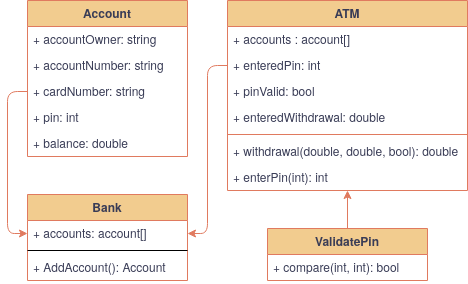
LinusTM/atm-unittesting keeps this draw.io diagram as assets/class-diagram.png. Above is the earlier version. Source tidied: cells renumbered, new cells last; positions are measured from the earlier drawing's top-left corner, leaving out a move shared by most shapes.
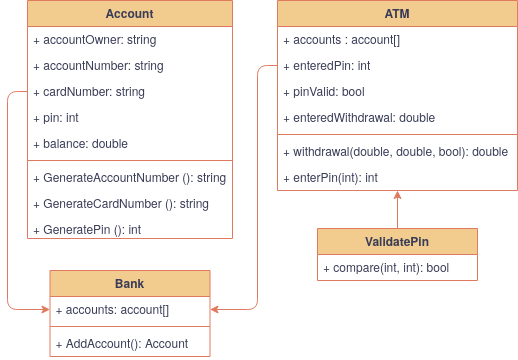
The same file after the commit.

Diff of the diagram source:
```diff
@@ -2,24 +2,6 @@
   <root>
     <mxCell id="0" />
     <mxCell id="1" parent="0" />
-    <mxCell id="2" value="Account" style="swimlane;fontStyle=1;align=center;verticalAlign=top;horizontal=1;startSize=26;fillColor=#F2CC8F;strokeColor=#E07A5F;fontColor=#393C56;" parent="1" vertex="1">
-      <mxGeometry width="160" height="156" as="geometry" />
-    </mxCell>
-    <mxCell id="3" value="+ accountOwner: string" style="text;strokeColor=none;fillColor=none;align=left;verticalAlign=top;spacingLeft=4;spacingRight=4;overflow=hidden;fontColor=#393C56;" parent="2" vertex="1">
-      <mxGeometry y="26" width="160" height="26" as="geometry" />
-    </mxCell>
-    <mxCell id="4" value="+ accountNumber: string" style="text;strokeColor=none;fillColor=none;align=left;verticalAlign=top;spacingLeft=4;spacingRight=4;overflow=hidden;fontColor=#393C56;" parent="2" vertex="1">
-      <mxGeometry y="52" width="160" height="26" as="geometry" />
-    </mxCell>
-    <mxCell id="5" value="+ cardNumber: string" style="text;strokeColor=none;fillColor=none;align=left;verticalAlign=top;spacingLeft=4;spacingRight=4;overflow=hidden;points=[[0,0.5],[1,0.5]];portConstraint=eastwest;fontColor=#393C56;" parent="2" vertex="1">
-      <mxGeometry y="78" width="160" height="26" as="geometry" />
-    </mxCell>
-    <mxCell id="6" value="+ pin: int" style="text;strokeColor=none;fillColor=none;align=left;verticalAlign=top;spacingLeft=4;spacingRight=4;overflow=hidden;fontColor=#393C56;" parent="2" vertex="1">
-      <mxGeometry y="104" width="160" height="26" as="geometry" />
-    </mxCell>
-    <mxCell id="7" value="+ balance: double" style="text;strokeColor=none;fillColor=none;align=left;verticalAlign=top;spacingLeft=4;spacingRight=4;overflow=hidden;fontColor=#393C56;" parent="2" vertex="1">
-      <mxGeometry y="130" width="160" height="26" as="geometry" />
-    </mxCell>
     <mxCell id="8" style="edgeStyle=orthogonalEdgeStyle;rounded=1;sketch=0;jettySize=auto;html=1;exitX=0.5;exitY=0;exitDx=0;exitDy=0;entryX=0.5;entryY=1;entryDx=0;entryDy=0;fontColor=#393C56;strokeColor=#E07A5F;fillColor=#F2CC8F;labelBackgroundColor=#F4F1DE;" parent="1" edge="1" source="9" target="11">
       <mxGeometry relative="1" as="geometry" />
     </mxCell>
@@ -54,22 +36,57 @@
       <mxGeometry y="164" width="240" height="26" as="geometry" />
     </mxCell>
     <mxCell id="19" value="Bank" style="swimlane;fontStyle=1;align=center;verticalAlign=top;horizontal=1;startSize=26;rounded=0;sketch=0;fontColor=#393C56;strokeColor=#E07A5F;fillColor=#F2CC8F;" parent="1" vertex="1">
-      <mxGeometry y="194" width="160" height="86" as="geometry" />
+      <mxGeometry x="-27.5" y="270" width="160" height="86" as="geometry" />
     </mxCell>
     <mxCell id="20" value="+ accounts: account[]" style="text;strokeColor=none;fillColor=none;align=left;verticalAlign=top;spacingLeft=4;spacingRight=4;overflow=hidden;points=[[0,0.5],[1,0.5]];portConstraint=eastwest;fontColor=#393C56;" parent="19" vertex="1">
       <mxGeometry y="26" width="160" height="26" as="geometry" />
     </mxCell>
-    <mxCell id="21" style="line;strokeWidth=1;fillColor=none;align=left;verticalAlign=middle;spacingTop=-1;spacingLeft=3;spacingRight=3;labelPosition=right;rounded=0;sketch=0;fontColor=#393C56;" parent="19" vertex="1">
+    <mxCell id="21" style="line;strokeWidth=1;fillColor=none;align=left;verticalAlign=middle;spacingTop=-1;spacingLeft=3;spacingRight=3;labelPosition=right;rounded=0;sketch=0;fontColor=#393C56;labelBackgroundColor=#F4F1DE;strokeColor=#E07A5F;" parent="19" vertex="1">
       <mxGeometry y="52" width="160" height="8" as="geometry" />
     </mxCell>
     <mxCell id="22" value="+ AddAccount(): Account" style="text;strokeColor=none;fillColor=none;align=left;verticalAlign=top;spacingLeft=4;spacingRight=4;overflow=hidden;rounded=0;sketch=0;fontColor=#393C56;" parent="19" vertex="1">
       <mxGeometry y="60" width="160" height="26" as="geometry" />
     </mxCell>
-    <mxCell id="23" style="edgeStyle=orthogonalEdgeStyle;curved=0;rounded=1;sketch=0;jettySize=auto;html=1;exitX=0;exitY=0.5;exitDx=0;exitDy=0;entryX=1;entryY=0.5;entryDx=0;entryDy=0;fontColor=#393C56;strokeColor=#E07A5F;fillColor=#F2CC8F;" parent="1" edge="1" source="13" target="20">
-      <mxGeometry relative="1" as="geometry" />
+    <mxCell id="23" style="edgeStyle=orthogonalEdgeStyle;curved=0;rounded=1;sketch=0;jettySize=auto;html=1;exitX=0;exitY=0.5;exitDx=0;exitDy=0;entryX=1;entryY=0.5;entryDx=0;entryDy=0;fontColor=#393C56;strokeColor=#E07A5F;fillColor=#F2CC8F;labelBackgroundColor=#F4F1DE;" parent="1" edge="1" source="13" target="20">
+      <mxGeometry relative="1" as="geometry">
+        <Array as="points">
+          <mxPoint x="180" y="65" />
+          <mxPoint x="180" y="309" />
+        </Array>
+      </mxGeometry>
     </mxCell>
-    <mxCell id="24" style="edgeStyle=orthogonalEdgeStyle;curved=0;rounded=1;sketch=0;jettySize=auto;html=1;exitX=0;exitY=0.5;exitDx=0;exitDy=0;entryX=0;entryY=0.5;entryDx=0;entryDy=0;fontColor=#393C56;strokeColor=#E07A5F;fillColor=#F2CC8F;" parent="1" edge="1" source="5" target="20">
+    <mxCell id="24" style="edgeStyle=orthogonalEdgeStyle;curved=0;rounded=1;sketch=0;jettySize=auto;html=1;exitX=0;exitY=0.5;exitDx=0;exitDy=0;entryX=0;entryY=0.5;entryDx=0;entryDy=0;fontColor=#393C56;strokeColor=#E07A5F;fillColor=#F2CC8F;labelBackgroundColor=#F4F1DE;" parent="1" edge="1" source="5" target="20">
       <mxGeometry relative="1" as="geometry" />
     </mxCell>
+    <mxCell id="2" value="Account" style="swimlane;fontStyle=1;align=center;verticalAlign=top;horizontal=1;startSize=26;fillColor=#F2CC8F;strokeColor=#E07A5F;fontColor=#393C56;" parent="1" vertex="1">
+      <mxGeometry x="-50" width="205" height="238" as="geometry" />
+    </mxCell>
+    <mxCell id="3" value="+ accountOwner: string" style="text;strokeColor=none;fillColor=none;align=left;verticalAlign=top;spacingLeft=4;spacingRight=4;overflow=hidden;fontColor=#393C56;" parent="2" vertex="1">
+      <mxGeometry y="26" width="205" height="26" as="geometry" />
+    </mxCell>
+    <mxCell id="4" value="+ accountNumber: string" style="text;strokeColor=none;fillColor=none;align=left;verticalAlign=top;spacingLeft=4;spacingRight=4;overflow=hidden;fontColor=#393C56;" parent="2" vertex="1">
+      <mxGeometry y="52" width="205" height="26" as="geometry" />
+    </mxCell>
+    <mxCell id="5" value="+ cardNumber: string" style="text;strokeColor=none;fillColor=none;align=left;verticalAlign=top;spacingLeft=4;spacingRight=4;overflow=hidden;points=[[0,0.5],[1,0.5]];portConstraint=eastwest;fontColor=#393C56;" parent="2" vertex="1">
+      <mxGeometry y="78" width="205" height="26" as="geometry" />
+    </mxCell>
+    <mxCell id="6" value="+ pin: int" style="text;strokeColor=none;fillColor=none;align=left;verticalAlign=top;spacingLeft=4;spacingRight=4;overflow=hidden;fontColor=#393C56;" parent="2" vertex="1">
+      <mxGeometry y="104" width="205" height="26" as="geometry" />
+    </mxCell>
+    <mxCell id="7" value="+ balance: double" style="text;strokeColor=none;fillColor=none;align=left;verticalAlign=top;spacingLeft=4;spacingRight=4;overflow=hidden;fontColor=#393C56;" parent="2" vertex="1">
+      <mxGeometry y="130" width="205" height="26" as="geometry" />
+    </mxCell>
+    <mxCell id="25" style="line;strokeWidth=1;fillColor=none;align=left;verticalAlign=middle;spacingTop=-1;spacingLeft=3;spacingRight=3;labelPosition=right;labelBackgroundColor=#F4F1DE;strokeColor=#E07A5F;fontColor=#393C56;" parent="2" vertex="1">
+      <mxGeometry y="156" width="205" height="8" as="geometry" />
+    </mxCell>
+    <mxCell id="26" value="+ GenerateAccountNumber (): string" style="text;strokeColor=none;fillColor=none;align=left;verticalAlign=top;spacingLeft=4;spacingRight=4;overflow=hidden;fontColor=#393C56;" parent="2" vertex="1">
+      <mxGeometry y="164" width="205" height="26" as="geometry" />
+    </mxCell>
+    <mxCell id="27" value="+ GenerateCardNumber (): string" style="text;strokeColor=none;fillColor=none;align=left;verticalAlign=top;spacingLeft=4;spacingRight=4;overflow=hidden;fontColor=#393C56;" parent="2" vertex="1">
+      <mxGeometry y="190" width="205" height="26" as="geometry" />
+    </mxCell>
+    <mxCell id="28" value="+ GeneratePin (): int" style="text;strokeColor=none;fillColor=none;align=left;verticalAlign=top;spacingLeft=4;spacingRight=4;overflow=hidden;fontColor=#393C56;" parent="2" vertex="1">
+      <mxGeometry y="216" width="205" height="22" as="geometry" />
+    </mxCell>
   </root>
 </mxGraphModel>
```
